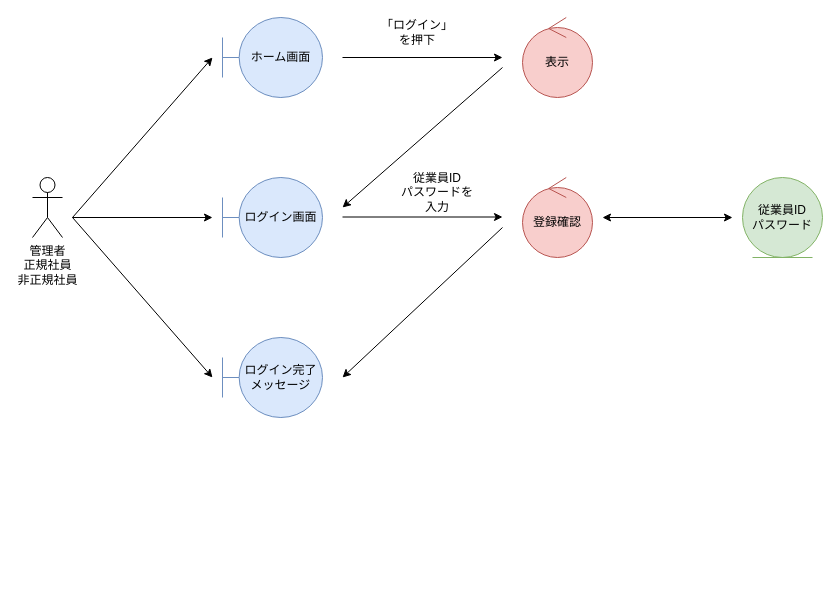
This is page "ログイン" (1 of 2) of 各種設計書/3ロバストネス図/その他/その他.drawio from HaruShim/Sotuken, a draw.io file, before an edit. Source tidied: cells renumbered, new cells numbered last; positions are measured from the earlier drawing's top-left corner, leaving out a move shared by most shapes. Both pictures are drawn from the tidied source at 100%, with x=0, y=0 at pixel (32, 17).
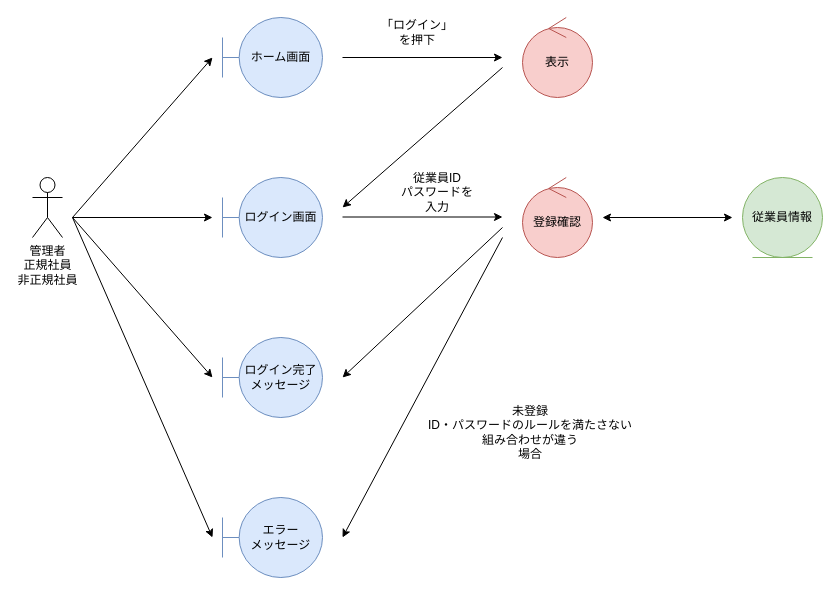
The same diagram, later.

The edit, as a diff of the source:
```diff
@@
-    <mxCell id="14" value="従業員ID&lt;br&gt;パスワード" style="ellipse;shape=umlEntity;whiteSpace=wrap;html=1;fillColor=#d5e8d4;strokeColor=#82b366;" parent="1" vertex="1">
+    <mxCell id="14" value="従業員情報" style="ellipse;shape=umlEntity;whiteSpace=wrap;html=1;fillColor=#d5e8d4;strokeColor=#82b366;" parent="1" vertex="1">
       <mxGeometry x="710" y="160" width="80" height="80" as="geometry" />
     </mxCell>
@@
+    <mxCell id="19" value="エラー&lt;br&gt;メッセージ" style="shape=umlBoundary;whiteSpace=wrap;html=1;fillColor=#dae8fc;strokeColor=#6c8ebf;" parent="1" vertex="1">
+      <mxGeometry x="190" y="480" width="100" height="80" as="geometry" />
+    </mxCell>
+    <mxCell id="20" style="endArrow=classic;html=1;rounded=0;" parent="1" edge="1">
+      <mxGeometry relative="1" as="geometry">
+        <mxPoint x="470" y="220" as="sourcePoint" />
+        <mxPoint x="310" y="520" as="targetPoint" />
+      </mxGeometry>
+    </mxCell>
+    <mxCell id="21" value="未登録&lt;br&gt;ID・パスワードのルールを満たさない&lt;br&gt;組み合わせが違う&lt;br&gt;場合" style="text;html=1;strokeColor=none;fillColor=none;align=center;verticalAlign=middle;whiteSpace=wrap;rounded=0;" parent="1" vertex="1">
+      <mxGeometry x="380" y="400" width="236" height="30" as="geometry" />
+    </mxCell>
+    <mxCell id="22" style="endArrow=classic;html=1;rounded=0;" parent="1" edge="1">
+      <mxGeometry relative="1" as="geometry">
+        <mxPoint x="40" y="200" as="sourcePoint" />
+        <mxPoint x="180" y="520" as="targetPoint" />
+      </mxGeometry>
+    </mxCell>
```
